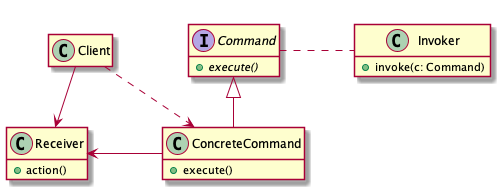
The PlantUML diagram comportement/command/uml/command_cd.png in ace-lectures/pattern-repository, before a commit.
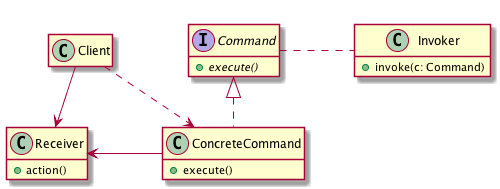
The same file after the commit.

Change to the diagram source:
```diff
@@ -29,7 +29,7 @@
   + execute()
 }
 
-Command <|-- ConcreteCommand
+Command <|.. ConcreteCommand
 Receiver <- ConcreteCommand
 
 Client .> ConcreteCommand
```
